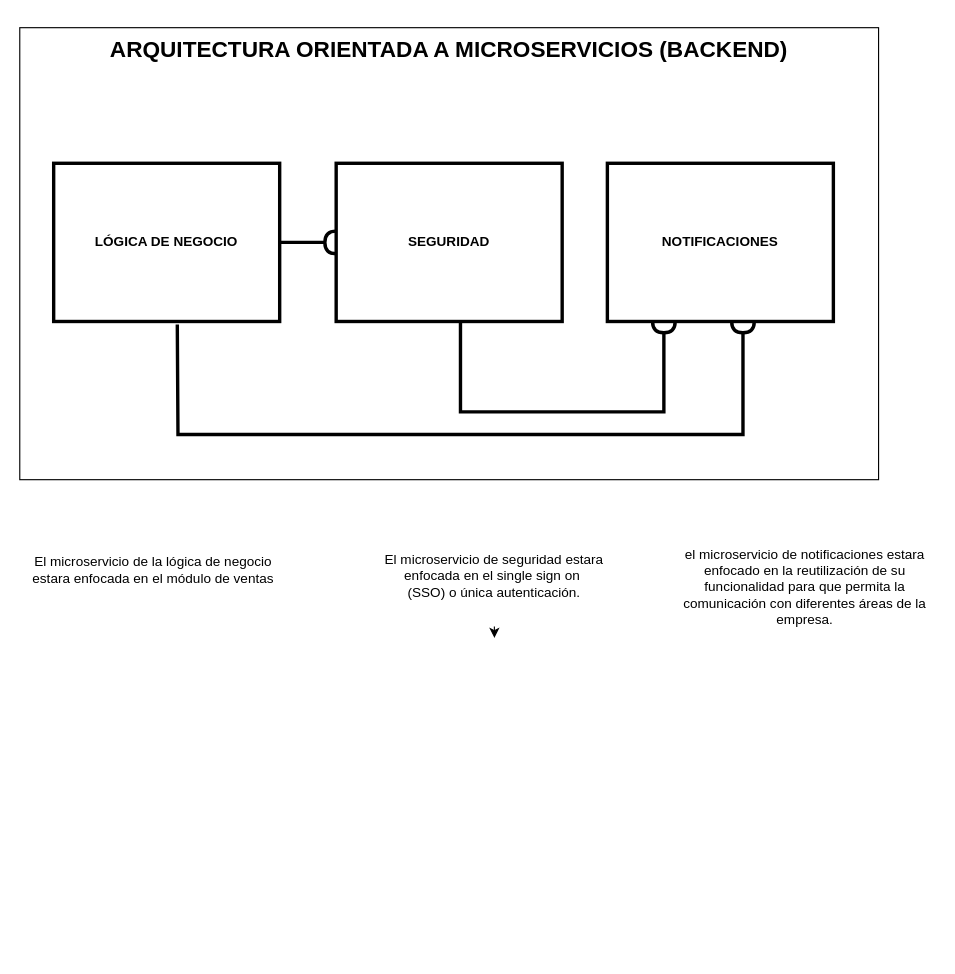
The draw.io diagram page "Backend" (4 of 6) of Arquitectura Diagrama Cliente-Servidor.drawio in hguagua8517/ProgramacionWeb2023, before the edit. Source tidied: cells renumbered, new cells numbered last; positions are measured from the earlier drawing's top-left corner, leaving out a move shared by most shapes. Both pictures are drawn from the tidied source at 113%, with x=0, y=0 at pixel (19, 27).
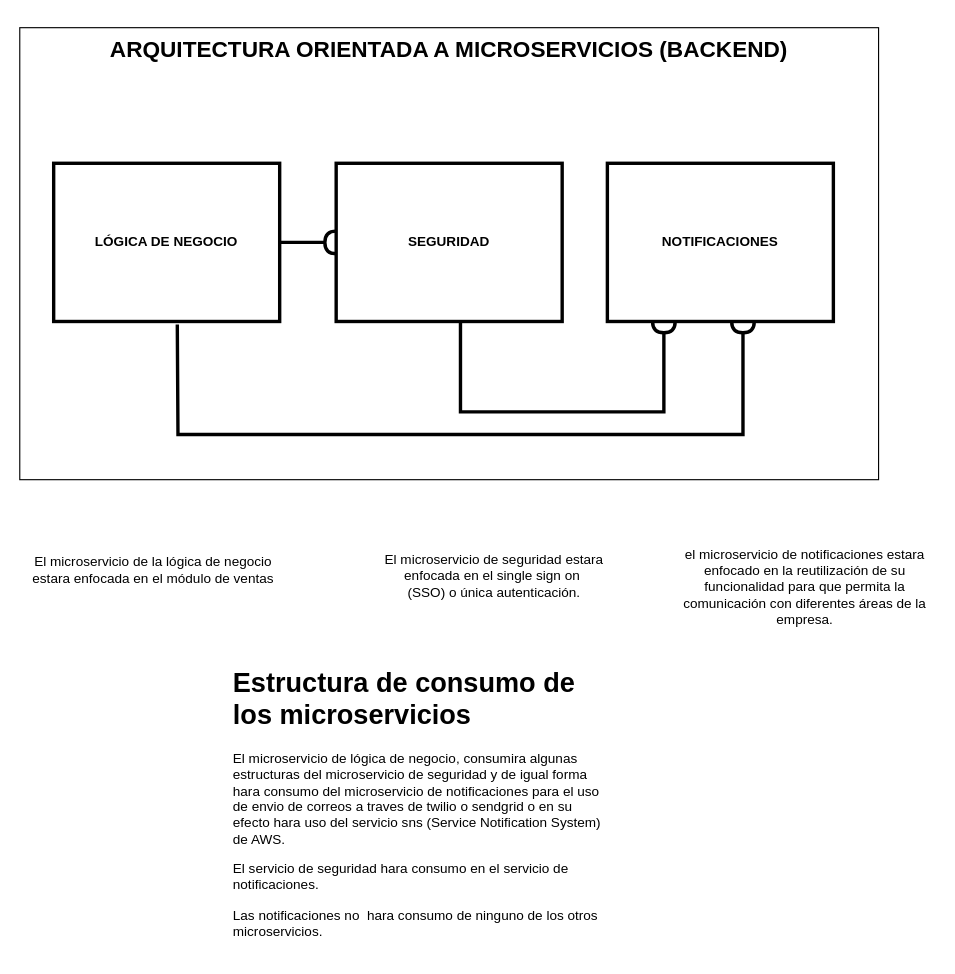
Above is the later version.

Change to the diagram source:
```diff
@@
 <mxGraphModel>
   <root>
     <mxCell id="0" />
     <mxCell id="1" parent="0" />
     <mxCell id="2" style="edgeStyle=orthogonalEdgeStyle;rounded=0;jettySize=auto;html=1;exitX=0.5;exitY=0;exitDx=0;exitDy=0;" parent="1" edge="1" source="3">
       <mxGeometry relative="1" as="geometry">
         <mxPoint x="380" as="targetPoint" />
       </mxGeometry>
     </mxCell>
     <mxCell id="3" value="&lt;b style=&quot;font-size: 20px;&quot;&gt;ARQUITECTURA ORIENTADA A MICROSERVICIOS (BACKEND)&lt;/b&gt;" style="rounded=0;whiteSpace=wrap;html=1;verticalAlign=top;fontSize=20;" parent="1" vertex="1">
       <mxGeometry width="760" height="400" as="geometry" />
     </mxCell>
     <mxCell id="4" value="&lt;b&gt;LÓGICA DE NEGOCIO&lt;/b&gt;" style="rounded=0;whiteSpace=wrap;html=1;strokeWidth=3;" parent="1" vertex="1">
       <mxGeometry x="30" y="120" width="200" height="140" as="geometry" />
     </mxCell>
     <mxCell id="5" value="&lt;b&gt;SEGURIDAD&lt;/b&gt;" style="rounded=0;whiteSpace=wrap;html=1;strokeWidth=3;" parent="1" vertex="1">
       <mxGeometry x="280" y="120" width="200" height="140" as="geometry" />
     </mxCell>
     <mxCell id="6" value="&lt;b&gt;NOTIFICACIONES&lt;/b&gt;" style="rounded=0;whiteSpace=wrap;html=1;strokeWidth=3;" parent="1" vertex="1">
       <mxGeometry x="520" y="120" width="200" height="140" as="geometry" />
     </mxCell>
     <mxCell id="7" style="endArrow=halfCircle;html=1;rounded=0;endFill=0;exitX=0.547;exitY=1.019;exitDx=0;exitDy=0;exitPerimeter=0;strokeWidth=3;" parent="1" edge="1" source="4">
       <mxGeometry relative="1" as="geometry">
         <mxPoint x="640" y="260" as="targetPoint" />
         <Array as="points">
           <mxPoint x="140" y="360" />
           <mxPoint x="640" y="360" />
         </Array>
       </mxGeometry>
     </mxCell>
     <mxCell id="8" style="endArrow=halfCircle;html=1;rounded=0;endFill=0;entryX=0.25;entryY=1;entryDx=0;entryDy=0;exitX=0.55;exitY=1;exitDx=0;exitDy=0;exitPerimeter=0;strokeWidth=3;" parent="1" edge="1" source="5" target="6">
       <mxGeometry relative="1" as="geometry">
         <Array as="points">
           <mxPoint x="390" y="340" />
           <mxPoint x="570" y="340" />
         </Array>
       </mxGeometry>
     </mxCell>
     <mxCell id="9" style="endArrow=halfCircle;html=1;rounded=0;exitX=1;exitY=0.5;exitDx=0;exitDy=0;entryX=0;entryY=0.5;entryDx=0;entryDy=0;endFill=0;strokeWidth=3;" parent="1" edge="1" source="4" target="5">
       <mxGeometry relative="1" as="geometry" />
     </mxCell>
-    <mxCell id="10" style="edgeStyle=orthogonalEdgeStyle;rounded=0;jettySize=auto;html=1;exitX=0.5;exitY=1;exitDx=0;exitDy=0;" parent="1" edge="1" source="11">
-      <mxGeometry relative="1" as="geometry">
-        <mxPoint x="420" y="540" as="targetPoint" />
-      </mxGeometry>
-    </mxCell>
     <mxCell id="11" value="El microservicio de seguridad estara enfocada en el single sign on&amp;nbsp;&lt;br&gt;(SSO) o única autenticación." style="text;html=1;strokeColor=none;fillColor=none;align=center;verticalAlign=middle;whiteSpace=wrap;rounded=0;" parent="1" vertex="1">
       <mxGeometry x="320" y="440" width="200" height="90" as="geometry" />
     </mxCell>
     <mxCell id="12" value="El microservicio de la lógica de negocio&amp;nbsp; estara enfocada en el módulo de ventas&amp;nbsp;" style="text;html=1;strokeColor=none;fillColor=none;align=center;verticalAlign=middle;whiteSpace=wrap;rounded=0;" parent="1" vertex="1">
       <mxGeometry x="10" y="440" width="220" height="80" as="geometry" />
     </mxCell>
     <mxCell id="13" value="el microservicio de notificaciones estara enfocado en la reutilización de su funcionalidad para que permita la comunicación con diferentes áreas de la empresa." style="text;html=1;strokeColor=none;fillColor=none;align=center;verticalAlign=middle;whiteSpace=wrap;rounded=0;" parent="1" vertex="1">
       <mxGeometry x="580" y="440" width="230" height="110" as="geometry" />
     </mxCell>
+    <mxCell id="14" value="&lt;h1&gt;Estructura de consumo de los microservicios&lt;/h1&gt;&lt;p&gt;El microservicio de lógica de negocio, consumira algunas estructuras del microservicio de seguridad y de igual forma hara consumo del microservicio de notificaciones para el uso de envio de correos a traves de twilio o sendgrid o en su efecto hara uso del servicio sns (Service Notification System) de AWS.&lt;/p&gt;&lt;p&gt;El servicio de seguridad hara consumo en el servicio de notificaciones.&lt;/p&gt;&lt;p&gt;Las notificaciones no&amp;nbsp; hara consumo de ninguno de los otros microservicios.&lt;/p&gt;" style="text;html=1;strokeColor=none;fillColor=none;spacing=5;spacingTop=-20;whiteSpace=wrap;overflow=hidden;rounded=0;" parent="1" vertex="1">
+      <mxGeometry x="184" y="560" width="336" height="260" as="geometry" />
+    </mxCell>
   </root>
 </mxGraphModel>
```
